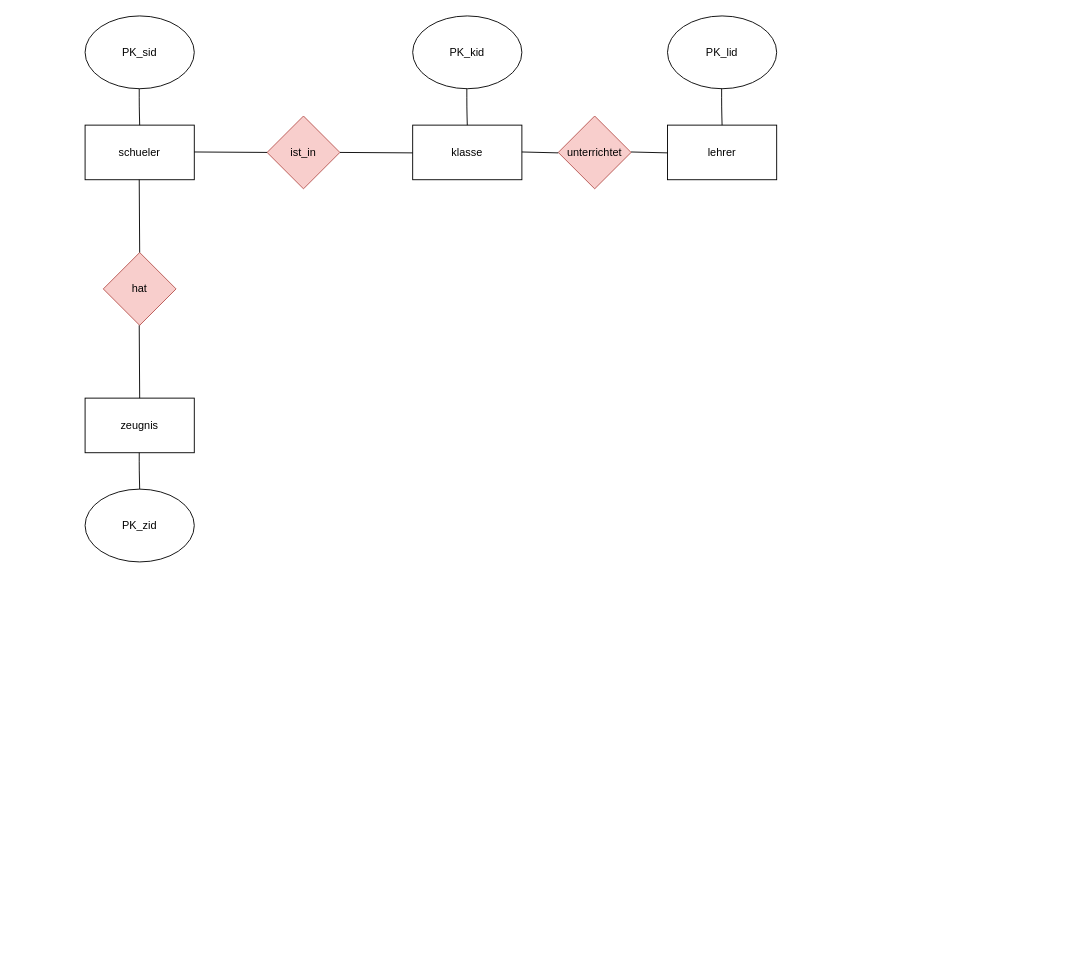
The draw.io diagram Untitled Diagram.drawio in scipper15/test, before the edit. Source tidied: cells renumbered, new cells numbered last; positions are measured from the earlier drawing's top-left corner, leaving out a move shared by most shapes. Both pictures are drawn from the tidied source at 91%, with x=0, y=0 at pixel (85, 15).
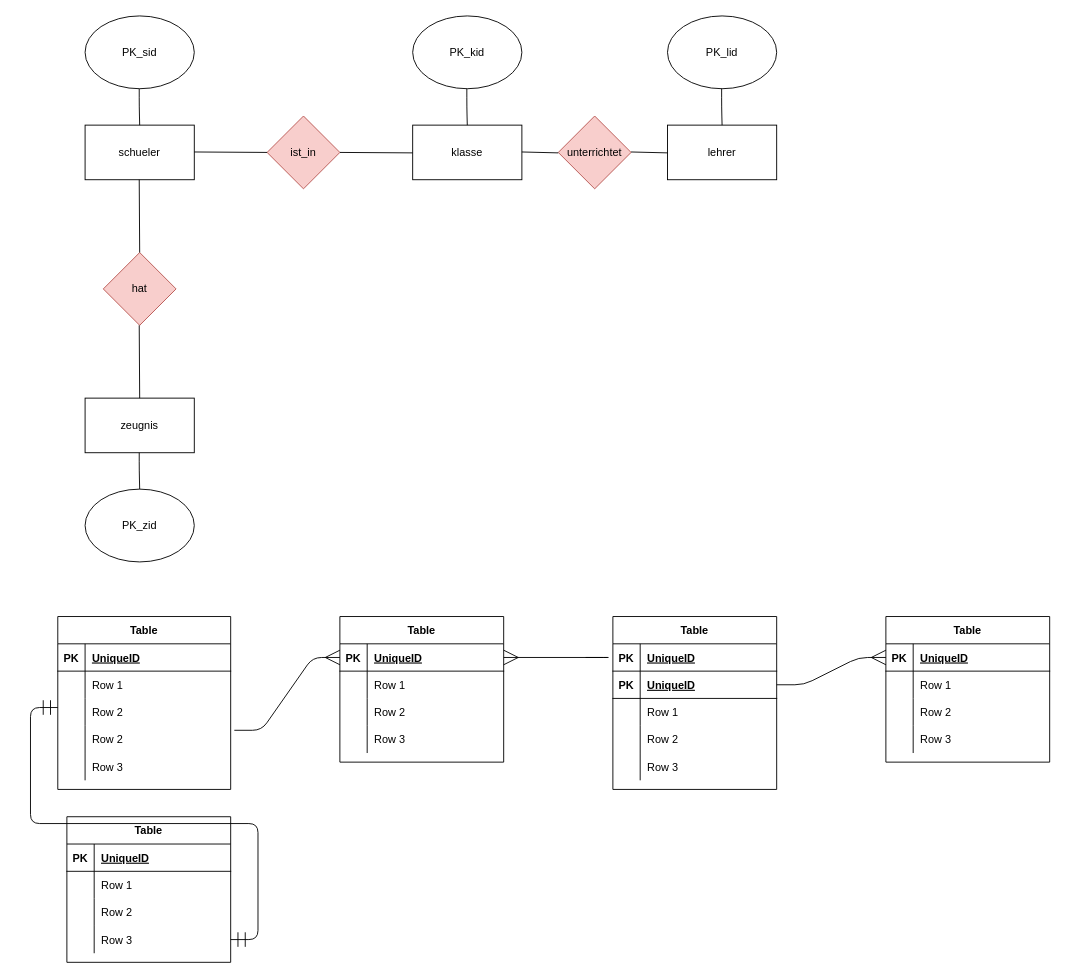
After the change.

Change to the diagram source:
```diff
@@
+    <mxCell id="23" value="Table" style="shape=table;startSize=30;childLayout=tableLayout;rowLines=0;fontStyle=1;align=center;hachureGap=4;" parent="1" vertex="1">
+      <mxGeometry x="-30" y="660" width="190" height="190" as="geometry" />
+    </mxCell>
+    <mxCell id="24" style="shape=partialRectangle;fillColor=none;top=0;left=0;bottom=1;right=0;" parent="23" vertex="1">
+      <mxGeometry y="30" width="190" height="30" as="geometry" />
+    </mxCell>
+    <mxCell id="25" value="PK" style="shape=partialRectangle;fillColor=none;top=0;left=0;bottom=0;right=0;fontStyle=1;overflow=hidden;" parent="24" vertex="1">
+      <mxGeometry width="30" height="30" as="geometry" />
+    </mxCell>
+    <mxCell id="26" value="UniqueID" style="shape=partialRectangle;fillColor=none;top=0;left=0;bottom=0;right=0;align=left;spacingLeft=6;fontStyle=5;overflow=hidden;" parent="24" vertex="1">
+      <mxGeometry x="30" width="160" height="30" as="geometry" />
+    </mxCell>
+    <mxCell id="27" style="shape=partialRectangle;fillColor=none;top=0;left=0;bottom=0;right=0;" parent="23" vertex="1">
+      <mxGeometry y="60" width="190" height="30" as="geometry" />
+    </mxCell>
+    <mxCell id="28" style="shape=partialRectangle;fillColor=none;top=0;left=0;bottom=0;right=0;overflow=hidden;" parent="27" vertex="1">
+      <mxGeometry width="30" height="30" as="geometry" />
+    </mxCell>
+    <mxCell id="29" value="Row 1" style="shape=partialRectangle;fillColor=none;top=0;left=0;bottom=0;right=0;align=left;spacingLeft=6;overflow=hidden;" parent="27" vertex="1">
+      <mxGeometry x="30" width="160" height="30" as="geometry" />
+    </mxCell>
+    <mxCell id="30" style="shape=partialRectangle;fillColor=none;top=0;left=0;bottom=0;right=0;" parent="23" vertex="1">
+      <mxGeometry y="90" width="190" height="30" as="geometry" />
+    </mxCell>
+    <mxCell id="31" style="shape=partialRectangle;fillColor=none;top=0;left=0;bottom=0;right=0;overflow=hidden;" parent="30" vertex="1">
+      <mxGeometry width="30" height="30" as="geometry" />
+    </mxCell>
+    <mxCell id="32" value="Row 2" style="shape=partialRectangle;fillColor=none;top=0;left=0;bottom=0;right=0;align=left;spacingLeft=6;overflow=hidden;" parent="30" vertex="1">
+      <mxGeometry x="30" width="160" height="30" as="geometry" />
+    </mxCell>
+    <mxCell id="33" style="shape=partialRectangle;fillColor=none;top=0;left=0;bottom=0;right=0;points=[[0,0.5],[1,0.5]];portConstraint=eastwest;" parent="23" vertex="1">
+      <mxGeometry y="120" width="190" height="30" as="geometry" />
+    </mxCell>
+    <mxCell id="34" style="shape=partialRectangle;fillColor=none;top=0;left=0;bottom=0;right=0;overflow=hidden;" parent="33" vertex="1">
+      <mxGeometry width="30" height="30" as="geometry" />
+    </mxCell>
+    <mxCell id="35" value="Row 2" style="shape=partialRectangle;fillColor=none;top=0;left=0;bottom=0;right=0;align=left;spacingLeft=6;overflow=hidden;" parent="33" vertex="1">
+      <mxGeometry x="30" width="160" height="30" as="geometry" />
+    </mxCell>
+    <mxCell id="36" style="shape=partialRectangle;fillColor=none;top=0;left=0;bottom=0;right=0;" parent="23" vertex="1">
+      <mxGeometry y="150" width="190" height="30" as="geometry" />
+    </mxCell>
+    <mxCell id="37" style="shape=partialRectangle;fillColor=none;top=0;left=0;bottom=0;right=0;overflow=hidden;" parent="36" vertex="1">
+      <mxGeometry width="30" height="30" as="geometry" />
+    </mxCell>
+    <mxCell id="38" value="Row 3" style="shape=partialRectangle;fillColor=none;top=0;left=0;bottom=0;right=0;align=left;spacingLeft=6;overflow=hidden;" parent="36" vertex="1">
+      <mxGeometry x="30" width="160" height="30" as="geometry" />
+    </mxCell>
+    <mxCell id="39" value="Table" style="shape=table;startSize=30;childLayout=tableLayout;rowLines=0;fontStyle=1;align=center;hachureGap=4;" parent="1" vertex="1">
+      <mxGeometry x="-20" y="880" width="180" height="160" as="geometry" />
+    </mxCell>
+    <mxCell id="40" style="shape=partialRectangle;fillColor=none;top=0;left=0;bottom=1;right=0;" parent="39" vertex="1">
+      <mxGeometry y="30" width="180" height="30" as="geometry" />
+    </mxCell>
+    <mxCell id="41" value="PK" style="shape=partialRectangle;fillColor=none;top=0;left=0;bottom=0;right=0;fontStyle=1;overflow=hidden;" parent="40" vertex="1">
+      <mxGeometry width="30" height="30" as="geometry" />
+    </mxCell>
+    <mxCell id="42" value="UniqueID" style="shape=partialRectangle;fillColor=none;top=0;left=0;bottom=0;right=0;align=left;spacingLeft=6;fontStyle=5;overflow=hidden;" parent="40" vertex="1">
+      <mxGeometry x="30" width="150" height="30" as="geometry" />
+    </mxCell>
+    <mxCell id="43" style="shape=partialRectangle;fillColor=none;top=0;left=0;bottom=0;right=0;" parent="39" vertex="1">
+      <mxGeometry y="60" width="180" height="30" as="geometry" />
+    </mxCell>
+    <mxCell id="44" style="shape=partialRectangle;fillColor=none;top=0;left=0;bottom=0;right=0;overflow=hidden;" parent="43" vertex="1">
+      <mxGeometry width="30" height="30" as="geometry" />
+    </mxCell>
+    <mxCell id="45" value="Row 1" style="shape=partialRectangle;fillColor=none;top=0;left=0;bottom=0;right=0;align=left;spacingLeft=6;overflow=hidden;" parent="43" vertex="1">
+      <mxGeometry x="30" width="150" height="30" as="geometry" />
+    </mxCell>
+    <mxCell id="46" style="shape=partialRectangle;fillColor=none;top=0;left=0;bottom=0;right=0;" parent="39" vertex="1">
+      <mxGeometry y="90" width="180" height="30" as="geometry" />
+    </mxCell>
+    <mxCell id="47" style="shape=partialRectangle;fillColor=none;top=0;left=0;bottom=0;right=0;overflow=hidden;" parent="46" vertex="1">
+      <mxGeometry width="30" height="30" as="geometry" />
+    </mxCell>
+    <mxCell id="48" value="Row 2" style="shape=partialRectangle;fillColor=none;top=0;left=0;bottom=0;right=0;align=left;spacingLeft=6;overflow=hidden;" parent="46" vertex="1">
+      <mxGeometry x="30" width="150" height="30" as="geometry" />
+    </mxCell>
+    <mxCell id="49" style="shape=partialRectangle;fillColor=none;top=0;left=0;bottom=0;right=0;points=[[0,0.5],[1,0.5]];portConstraint=eastwest;" parent="39" vertex="1">
+      <mxGeometry y="120" width="180" height="30" as="geometry" />
+    </mxCell>
+    <mxCell id="50" style="shape=partialRectangle;fillColor=none;top=0;left=0;bottom=0;right=0;overflow=hidden;" parent="49" vertex="1">
+      <mxGeometry width="30" height="30" as="geometry" />
+    </mxCell>
+    <mxCell id="51" value="Row 3" style="shape=partialRectangle;fillColor=none;top=0;left=0;bottom=0;right=0;align=left;spacingLeft=6;overflow=hidden;" parent="49" vertex="1">
+      <mxGeometry x="30" width="150" height="30" as="geometry" />
+    </mxCell>
+    <mxCell id="52" value="Table" style="shape=table;startSize=30;childLayout=tableLayout;rowLines=0;fontStyle=1;align=center;hachureGap=4;" parent="1" vertex="1">
+      <mxGeometry x="280" y="660" width="180" height="160" as="geometry" />
+    </mxCell>
+    <mxCell id="53" style="shape=partialRectangle;fillColor=none;top=0;left=0;bottom=1;right=0;points=[[0,0.5],[1,0.5]];portConstraint=eastwest;" parent="52" vertex="1">
+      <mxGeometry y="30" width="180" height="30" as="geometry" />
+    </mxCell>
+    <mxCell id="54" value="PK" style="shape=partialRectangle;fillColor=none;top=0;left=0;bottom=0;right=0;fontStyle=1;overflow=hidden;" parent="53" vertex="1">
+      <mxGeometry width="30" height="30" as="geometry" />
+    </mxCell>
+    <mxCell id="55" value="UniqueID" style="shape=partialRectangle;fillColor=none;top=0;left=0;bottom=0;right=0;align=left;spacingLeft=6;fontStyle=5;overflow=hidden;" parent="53" vertex="1">
+      <mxGeometry x="30" width="150" height="30" as="geometry" />
+    </mxCell>
+    <mxCell id="56" style="shape=partialRectangle;fillColor=none;top=0;left=0;bottom=0;right=0;" parent="52" vertex="1">
+      <mxGeometry y="60" width="180" height="30" as="geometry" />
+    </mxCell>
+    <mxCell id="57" style="shape=partialRectangle;fillColor=none;top=0;left=0;bottom=0;right=0;overflow=hidden;" parent="56" vertex="1">
+      <mxGeometry width="30" height="30" as="geometry" />
+    </mxCell>
+    <mxCell id="58" value="Row 1" style="shape=partialRectangle;fillColor=none;top=0;left=0;bottom=0;right=0;align=left;spacingLeft=6;overflow=hidden;" parent="56" vertex="1">
+      <mxGeometry x="30" width="150" height="30" as="geometry" />
+    </mxCell>
+    <mxCell id="59" style="shape=partialRectangle;fillColor=none;top=0;left=0;bottom=0;right=0;" parent="52" vertex="1">
+      <mxGeometry y="90" width="180" height="30" as="geometry" />
+    </mxCell>
+    <mxCell id="60" style="shape=partialRectangle;fillColor=none;top=0;left=0;bottom=0;right=0;overflow=hidden;" parent="59" vertex="1">
+      <mxGeometry width="30" height="30" as="geometry" />
+    </mxCell>
+    <mxCell id="61" value="Row 2" style="shape=partialRectangle;fillColor=none;top=0;left=0;bottom=0;right=0;align=left;spacingLeft=6;overflow=hidden;" parent="59" vertex="1">
+      <mxGeometry x="30" width="150" height="30" as="geometry" />
+    </mxCell>
+    <mxCell id="62" style="shape=partialRectangle;fillColor=none;top=0;left=0;bottom=0;right=0;" parent="52" vertex="1">
+      <mxGeometry y="120" width="180" height="30" as="geometry" />
+    </mxCell>
+    <mxCell id="63" style="shape=partialRectangle;fillColor=none;top=0;left=0;bottom=0;right=0;overflow=hidden;" parent="62" vertex="1">
+      <mxGeometry width="30" height="30" as="geometry" />
+    </mxCell>
+    <mxCell id="64" value="Row 3" style="shape=partialRectangle;fillColor=none;top=0;left=0;bottom=0;right=0;align=left;spacingLeft=6;overflow=hidden;" parent="62" vertex="1">
+      <mxGeometry x="30" width="150" height="30" as="geometry" />
+    </mxCell>
+    <mxCell id="65" value="Table" style="shape=table;startSize=30;childLayout=tableLayout;rowLines=0;fontStyle=1;align=center;hachureGap=4;" parent="1" vertex="1">
+      <mxGeometry x="580" y="660" width="180" height="190" as="geometry" />
+    </mxCell>
+    <mxCell id="66" style="shape=partialRectangle;fillColor=none;top=0;left=0;bottom=1;right=0;" parent="65" vertex="1">
+      <mxGeometry y="30" width="180" height="30" as="geometry" />
+    </mxCell>
+    <mxCell id="67" value="PK" style="shape=partialRectangle;fillColor=none;top=0;left=0;bottom=0;right=0;fontStyle=1;overflow=hidden;" parent="66" vertex="1">
+      <mxGeometry width="30" height="30" as="geometry" />
+    </mxCell>
+    <mxCell id="68" value="UniqueID" style="shape=partialRectangle;fillColor=none;top=0;left=0;bottom=0;right=0;align=left;spacingLeft=6;fontStyle=5;overflow=hidden;" parent="66" vertex="1">
+      <mxGeometry x="30" width="150" height="30" as="geometry" />
+    </mxCell>
+    <mxCell id="69" style="shape=partialRectangle;fillColor=none;top=0;left=0;bottom=1;right=0;points=[[0,0.5],[1,0.5]];portConstraint=eastwest;" parent="65" vertex="1">
+      <mxGeometry y="60" width="180" height="30" as="geometry" />
+    </mxCell>
+    <mxCell id="70" value="PK" style="shape=partialRectangle;fillColor=none;top=0;left=0;bottom=0;right=0;fontStyle=1;overflow=hidden;" parent="69" vertex="1">
+      <mxGeometry width="30" height="30" as="geometry" />
+    </mxCell>
+    <mxCell id="71" value="UniqueID" style="shape=partialRectangle;fillColor=none;top=0;left=0;bottom=0;right=0;align=left;spacingLeft=6;fontStyle=5;overflow=hidden;" parent="69" vertex="1">
+      <mxGeometry x="30" width="150" height="30" as="geometry" />
+    </mxCell>
+    <mxCell id="72" style="shape=partialRectangle;fillColor=none;top=0;left=0;bottom=0;right=0;" parent="65" vertex="1">
+      <mxGeometry y="90" width="180" height="30" as="geometry" />
+    </mxCell>
+    <mxCell id="73" style="shape=partialRectangle;fillColor=none;top=0;left=0;bottom=0;right=0;overflow=hidden;" parent="72" vertex="1">
+      <mxGeometry width="30" height="30" as="geometry" />
+    </mxCell>
+    <mxCell id="74" value="Row 1" style="shape=partialRectangle;fillColor=none;top=0;left=0;bottom=0;right=0;align=left;spacingLeft=6;overflow=hidden;" parent="72" vertex="1">
+      <mxGeometry x="30" width="150" height="30" as="geometry" />
+    </mxCell>
+    <mxCell id="75" style="shape=partialRectangle;fillColor=none;top=0;left=0;bottom=0;right=0;" parent="65" vertex="1">
+      <mxGeometry y="120" width="180" height="30" as="geometry" />
+    </mxCell>
+    <mxCell id="76" style="shape=partialRectangle;fillColor=none;top=0;left=0;bottom=0;right=0;overflow=hidden;" parent="75" vertex="1">
+      <mxGeometry width="30" height="30" as="geometry" />
+    </mxCell>
+    <mxCell id="77" value="Row 2" style="shape=partialRectangle;fillColor=none;top=0;left=0;bottom=0;right=0;align=left;spacingLeft=6;overflow=hidden;" parent="75" vertex="1">
+      <mxGeometry x="30" width="150" height="30" as="geometry" />
+    </mxCell>
+    <mxCell id="78" style="shape=partialRectangle;fillColor=none;top=0;left=0;bottom=0;right=0;" parent="65" vertex="1">
+      <mxGeometry y="150" width="180" height="30" as="geometry" />
+    </mxCell>
+    <mxCell id="79" style="shape=partialRectangle;fillColor=none;top=0;left=0;bottom=0;right=0;overflow=hidden;" parent="78" vertex="1">
+      <mxGeometry width="30" height="30" as="geometry" />
+    </mxCell>
+    <mxCell id="80" value="Row 3" style="shape=partialRectangle;fillColor=none;top=0;left=0;bottom=0;right=0;align=left;spacingLeft=6;overflow=hidden;" parent="78" vertex="1">
+      <mxGeometry x="30" width="150" height="30" as="geometry" />
+    </mxCell>
+    <mxCell id="81" value="Table" style="shape=table;startSize=30;childLayout=tableLayout;rowLines=0;fontStyle=1;align=center;hachureGap=4;" parent="1" vertex="1">
+      <mxGeometry x="880" y="660" width="180" height="160" as="geometry" />
+    </mxCell>
+    <mxCell id="82" style="shape=partialRectangle;fillColor=none;top=0;left=0;bottom=1;right=0;points=[[0,0.5],[1,0.5]];portConstraint=eastwest;" parent="81" vertex="1">
+      <mxGeometry y="30" width="180" height="30" as="geometry" />
+    </mxCell>
+    <mxCell id="83" value="PK" style="shape=partialRectangle;fillColor=none;top=0;left=0;bottom=0;right=0;fontStyle=1;overflow=hidden;" parent="82" vertex="1">
+      <mxGeometry width="30" height="30" as="geometry" />
+    </mxCell>
+    <mxCell id="84" value="UniqueID" style="shape=partialRectangle;fillColor=none;top=0;left=0;bottom=0;right=0;align=left;spacingLeft=6;fontStyle=5;overflow=hidden;" parent="82" vertex="1">
+      <mxGeometry x="30" width="150" height="30" as="geometry" />
+    </mxCell>
+    <mxCell id="85" style="shape=partialRectangle;fillColor=none;top=0;left=0;bottom=0;right=0;" parent="81" vertex="1">
+      <mxGeometry y="60" width="180" height="30" as="geometry" />
+    </mxCell>
+    <mxCell id="86" style="shape=partialRectangle;fillColor=none;top=0;left=0;bottom=0;right=0;overflow=hidden;" parent="85" vertex="1">
+      <mxGeometry width="30" height="30" as="geometry" />
+    </mxCell>
+    <mxCell id="87" value="Row 1" style="shape=partialRectangle;fillColor=none;top=0;left=0;bottom=0;right=0;align=left;spacingLeft=6;overflow=hidden;" parent="85" vertex="1">
+      <mxGeometry x="30" width="150" height="30" as="geometry" />
+    </mxCell>
+    <mxCell id="88" style="shape=partialRectangle;fillColor=none;top=0;left=0;bottom=0;right=0;" parent="81" vertex="1">
+      <mxGeometry y="90" width="180" height="30" as="geometry" />
+    </mxCell>
+    <mxCell id="89" style="shape=partialRectangle;fillColor=none;top=0;left=0;bottom=0;right=0;overflow=hidden;" parent="88" vertex="1">
+      <mxGeometry width="30" height="30" as="geometry" />
+    </mxCell>
+    <mxCell id="90" value="Row 2" style="shape=partialRectangle;fillColor=none;top=0;left=0;bottom=0;right=0;align=left;spacingLeft=6;overflow=hidden;" parent="88" vertex="1">
+      <mxGeometry x="30" width="150" height="30" as="geometry" />
+    </mxCell>
+    <mxCell id="91" style="shape=partialRectangle;fillColor=none;top=0;left=0;bottom=0;right=0;" parent="81" vertex="1">
+      <mxGeometry y="120" width="180" height="30" as="geometry" />
+    </mxCell>
+    <mxCell id="92" style="shape=partialRectangle;fillColor=none;top=0;left=0;bottom=0;right=0;overflow=hidden;" parent="91" vertex="1">
+      <mxGeometry width="30" height="30" as="geometry" />
+    </mxCell>
+    <mxCell id="93" value="Row 3" style="shape=partialRectangle;fillColor=none;top=0;left=0;bottom=0;right=0;align=left;spacingLeft=6;overflow=hidden;" parent="91" vertex="1">
+      <mxGeometry x="30" width="150" height="30" as="geometry" />
+    </mxCell>
+    <mxCell id="94" style="edgeStyle=entityRelationEdgeStyle;fontSize=12;html=1;endArrow=ERmandOne;startArrow=ERmandOne;startSize=14;endSize=14;sourcePerimeterSpacing=8;targetPerimeterSpacing=8;exitX=1;exitY=0.5;exitDx=0;exitDy=0;" parent="1" edge="1" source="49">
+      <mxGeometry relative="1" as="geometry">
+        <mxPoint x="-30" y="760" as="targetPoint" />
+      </mxGeometry>
+    </mxCell>
+    <mxCell id="95" style="edgeStyle=entityRelationEdgeStyle;fontSize=12;html=1;endArrow=ERmany;startSize=14;endSize=14;sourcePerimeterSpacing=8;targetPerimeterSpacing=8;exitX=1.021;exitY=0.167;exitDx=0;exitDy=0;exitPerimeter=0;entryX=0;entryY=0.5;entryDx=0;entryDy=0;" parent="1" edge="1" source="33" target="53">
+      <mxGeometry relative="1" as="geometry" />
+    </mxCell>
+    <mxCell id="96" style="edgeStyle=entityRelationEdgeStyle;fontSize=12;html=1;endArrow=ERmany;startSize=14;endSize=14;sourcePerimeterSpacing=8;targetPerimeterSpacing=8;entryX=1;entryY=0.5;entryDx=0;entryDy=0;" parent="1" edge="1" target="53">
+      <mxGeometry relative="1" as="geometry">
+        <mxPoint x="550" y="705" as="sourcePoint" />
+      </mxGeometry>
+    </mxCell>
+    <mxCell id="97" style="edgeStyle=entityRelationEdgeStyle;fontSize=12;html=1;endArrow=ERmany;startSize=14;endSize=14;sourcePerimeterSpacing=8;targetPerimeterSpacing=8;entryX=0;entryY=0.5;entryDx=0;entryDy=0;exitX=1;exitY=0.5;exitDx=0;exitDy=0;" parent="1" edge="1" source="69" target="82">
+      <mxGeometry relative="1" as="geometry" />
+    </mxCell>
```
